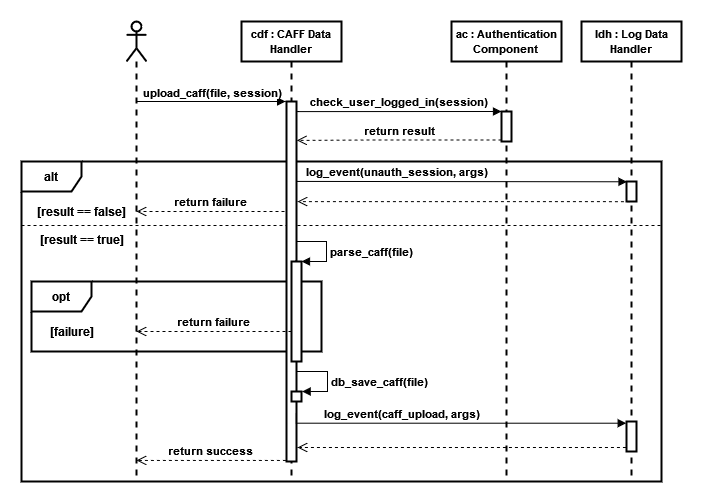
Earlier version of the draw.io export Documentation/Sequence diagrams/Sequence_CAFF_Upload.png (nemkrisz11/Computer-Security-Homework-2021-SHAjt). Source tidied: cells renumbered, new cells last; positions are measured from the earlier drawing's top-left corner, leaving out a move shared by most shapes.
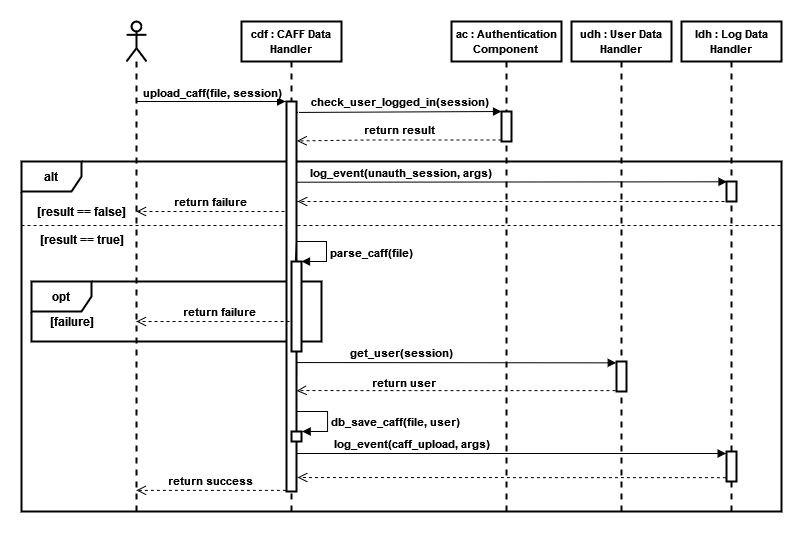
The same file after the commit.

Diff of the diagram source:
```diff
@@ -2,14 +2,14 @@
   <root>
     <mxCell id="0" />
     <mxCell id="1" parent="0" />
+    <mxCell id="3" value="&lt;b&gt;alt&lt;/b&gt;" style="shape=umlFrame;whiteSpace=wrap;html=1;strokeWidth=2;" parent="1" vertex="1">
+      <mxGeometry y="140" width="760" height="350" as="geometry" />
+    </mxCell>
     <mxCell id="2" style="line;strokeWidth=1;fillColor=none;align=left;verticalAlign=middle;spacingTop=-1;spacingLeft=3;spacingRight=3;labelPosition=right;dashed=1;" parent="1" vertex="1">
-      <mxGeometry y="200" width="640" height="8" as="geometry" />
+      <mxGeometry y="200" width="760" height="8" as="geometry" />
     </mxCell>
-    <mxCell id="3" value="&lt;b&gt;alt&lt;/b&gt;" style="shape=umlFrame;whiteSpace=wrap;html=1;strokeWidth=2;" parent="1" vertex="1">
-      <mxGeometry y="140" width="640" height="320" as="geometry" />
-    </mxCell>
     <mxCell id="4" value="&lt;b&gt;opt&lt;/b&gt;" style="shape=umlFrame;whiteSpace=wrap;html=1;strokeWidth=2;" parent="1" vertex="1">
-      <mxGeometry x="10" y="260" width="290" height="70" as="geometry" />
+      <mxGeometry x="10" y="260" width="290" height="60" as="geometry" />
     </mxCell>
     <mxCell id="5" style="edgeStyle=orthogonalEdgeStyle;rounded=0;jettySize=auto;html=1;endArrow=block;endFill=1;entryX=-0.089;entryY=0;entryDx=0;entryDy=0;entryPerimeter=0;strokeWidth=1;" parent="1" edge="1" source="7" target="9">
       <mxGeometry relative="1" as="geometry">
@@ -25,16 +25,16 @@
       </mxGeometry>
     </mxCell>
     <mxCell id="7" style="shape=umlLifeline;participant=umlActor;perimeter=lifelinePerimeter;whiteSpace=wrap;html=1;verticalAlign=top;spacingTop=36;outlineConnect=0;strokeWidth=2;" parent="1" vertex="1">
-      <mxGeometry x="105" width="20" height="460" as="geometry" />
+      <mxGeometry x="105" width="20" height="490" as="geometry" />
     </mxCell>
     <mxCell id="8" value="&lt;font style=&quot;font-size: 11px&quot;&gt;&lt;b&gt;cdf : CAFF Data Handler&lt;br&gt;&lt;/b&gt;&lt;/font&gt;" style="shape=umlLifeline;perimeter=lifelinePerimeter;whiteSpace=wrap;html=1;strokeWidth=2;" parent="1" vertex="1">
-      <mxGeometry x="220" width="100" height="460" as="geometry" />
+      <mxGeometry x="220" width="100" height="490" as="geometry" />
     </mxCell>
     <mxCell id="9" style="html=1;points=[];perimeter=orthogonalPerimeter;strokeWidth=2;" parent="8" vertex="1">
-      <mxGeometry x="45" y="80" width="10" height="360" as="geometry" />
+      <mxGeometry x="45" y="80" width="10" height="390" as="geometry" />
     </mxCell>
     <mxCell id="10" style="html=1;points=[];perimeter=orthogonalPerimeter;strokeWidth=2;" parent="8" vertex="1">
-      <mxGeometry x="50" y="240" width="10" height="100" as="geometry" />
+      <mxGeometry x="50" y="240" width="10" height="90" as="geometry" />
     </mxCell>
     <mxCell id="11" value="&lt;b&gt;parse_caff(file)&lt;/b&gt;" style="edgeStyle=orthogonalEdgeStyle;html=1;align=left;spacingLeft=2;endArrow=block;rounded=0;entryX=1;entryY=0;exitX=0.392;exitY=-0.009;exitDx=0;exitDy=0;exitPerimeter=0;strokeWidth=1;" parent="8" edge="1" source="10" target="10">
       <mxGeometry x="0.26" relative="1" as="geometry">
@@ -46,20 +46,22 @@
         </Array>
       </mxGeometry>
     </mxCell>
-    <mxCell id="12" value="&lt;b&gt;db_save_caff(file)&lt;/b&gt;" style="edgeStyle=orthogonalEdgeStyle;html=1;align=left;spacingLeft=2;endArrow=block;rounded=0;entryX=1.062;entryY=0.002;entryDx=0;entryDy=0;entryPerimeter=0;strokeWidth=1;" parent="8" edge="1" target="13">
-      <mxGeometry x="0.08" relative="1" as="geometry">
-        <mxPoint x="55" y="350" as="sourcePoint" />
+    <mxCell id="12" value="&lt;b&gt;db_save_caff(file, user)&lt;/b&gt;" style="edgeStyle=orthogonalEdgeStyle;html=1;align=left;spacingLeft=2;endArrow=block;rounded=0;entryX=1.062;entryY=0.002;entryDx=0;entryDy=0;entryPerimeter=0;strokeWidth=1;" parent="8" edge="1">
+      <mxGeometry x="0.27" relative="1" as="geometry">
+        <mxPoint x="55" y="410" as="sourcePoint" />
+        <mxPoint x="60.6" y="410" as="targetPoint" />
         <Array as="points">
-          <mxPoint x="86" y="350" />
-          <mxPoint x="86" y="370" />
+          <mxPoint x="55" y="390" />
+          <mxPoint x="86" y="390" />
+          <mxPoint x="86" y="410" />
         </Array>
       </mxGeometry>
     </mxCell>
     <mxCell id="13" style="html=1;points=[];perimeter=orthogonalPerimeter;strokeWidth=2;" parent="8" vertex="1">
-      <mxGeometry x="50" y="370" width="10" height="10" as="geometry" />
+      <mxGeometry x="50" y="410" width="10" height="10" as="geometry" />
     </mxCell>
     <mxCell id="14" value="&lt;font style=&quot;font-size: 11px&quot;&gt;&lt;b&gt;ac : Authentication Component&lt;br&gt;&lt;/b&gt;&lt;/font&gt;" style="shape=umlLifeline;perimeter=lifelinePerimeter;whiteSpace=wrap;html=1;strokeWidth=2;" parent="1" vertex="1">
-      <mxGeometry x="430" width="110" height="460" as="geometry" />
+      <mxGeometry x="430" width="110" height="490" as="geometry" />
     </mxCell>
     <mxCell id="15" style="html=1;points=[];perimeter=orthogonalPerimeter;strokeWidth=2;" parent="14" vertex="1">
       <mxGeometry x="50" y="90" width="10" height="30" as="geometry" />
@@ -71,10 +73,11 @@
         </Array>
       </mxGeometry>
     </mxCell>
-    <mxCell id="17" value="&lt;b&gt;return result&lt;br&gt;&lt;/b&gt;" style="html=1;verticalAlign=bottom;endArrow=open;dashed=1;endSize=8;exitX=0;exitY=0.95;rounded=0;edgeStyle=orthogonalEdgeStyle;entryX=1.04;entryY=0.108;entryDx=0;entryDy=0;entryPerimeter=0;strokeWidth=1;" parent="1" edge="1" source="15" target="9">
+    <mxCell id="17" value="&lt;b&gt;return result&lt;br&gt;&lt;/b&gt;" style="html=1;verticalAlign=bottom;endArrow=open;dashed=1;endSize=8;exitX=0;exitY=0.95;rounded=0;edgeStyle=orthogonalEdgeStyle;entryX=1.043;entryY=0.101;entryDx=0;entryDy=0;entryPerimeter=0;strokeWidth=1;" parent="1" edge="1" source="15" target="9">
       <mxGeometry relative="1" as="geometry">
         <Array as="points">
-          <mxPoint x="345" y="118" />
+          <mxPoint x="345" y="119" />
+          <mxPoint x="275" y="119" />
         </Array>
       </mxGeometry>
     </mxCell>
@@ -93,59 +96,91 @@
       <mxGeometry x="10" y="208" width="100" height="20" as="geometry" />
     </mxCell>
     <mxCell id="21" value="&lt;b&gt;[failure]&lt;/b&gt;" style="text;html=1;align=center;verticalAlign=middle;strokeColor=none;fillColor=none;" parent="1" vertex="1">
-      <mxGeometry x="20" y="300" width="60" height="20" as="geometry" />
+      <mxGeometry x="20" y="290" width="60" height="20" as="geometry" />
     </mxCell>
     <mxCell id="22" value="&lt;b&gt;return failure&lt;br&gt;&lt;/b&gt;" style="html=1;verticalAlign=bottom;endArrow=open;dashed=1;endSize=8;rounded=0;edgeStyle=orthogonalEdgeStyle;strokeWidth=1;" parent="1" edge="1" target="7">
       <mxGeometry relative="1" as="geometry">
         <mxPoint x="270" y="310" as="sourcePoint" />
         <Array as="points">
-          <mxPoint x="270" y="310" />
+          <mxPoint x="270" y="300" />
         </Array>
       </mxGeometry>
     </mxCell>
     <mxCell id="23" value="&lt;font style=&quot;font-size: 11px&quot;&gt;&lt;b&gt;ldh : Log Data Handler&lt;br&gt;&lt;/b&gt;&lt;/font&gt;" style="shape=umlLifeline;perimeter=lifelinePerimeter;whiteSpace=wrap;html=1;outlineConnect=0;strokeWidth=2;" parent="1" vertex="1">
-      <mxGeometry x="560" width="100" height="460" as="geometry" />
+      <mxGeometry x="660" width="100" height="490" as="geometry" />
     </mxCell>
     <mxCell id="24" style="html=1;points=[];perimeter=orthogonalPerimeter;strokeWidth=2;" parent="23" vertex="1">
-      <mxGeometry x="45" y="400" width="10" height="30" as="geometry" />
+      <mxGeometry x="45" y="430" width="10" height="30" as="geometry" />
     </mxCell>
     <mxCell id="25" style="html=1;points=[];perimeter=orthogonalPerimeter;fontSize=11;strokeWidth=2;" parent="23" vertex="1">
       <mxGeometry x="45" y="160" width="10" height="20" as="geometry" />
     </mxCell>
-    <mxCell id="26" value="&lt;b&gt;log_event(caff_upload, args)&lt;/b&gt;" style="html=1;verticalAlign=bottom;endArrow=block;rounded=0;edgeStyle=orthogonalEdgeStyle;entryX=-0.031;entryY=0.057;entryDx=0;entryDy=0;entryPerimeter=0;exitX=0.983;exitY=0.863;exitDx=0;exitDy=0;exitPerimeter=0;strokeWidth=1;" parent="1" edge="1" source="9" target="24">
-      <mxGeometry x="-0.32" relative="1" as="geometry">
+    <mxCell id="26" value="&lt;b&gt;log_event(caff_upload, args)&lt;/b&gt;" style="html=1;verticalAlign=bottom;endArrow=block;rounded=0;edgeStyle=orthogonalEdgeStyle;entryX=-0.031;entryY=0.057;entryDx=0;entryDy=0;entryPerimeter=0;strokeWidth=1;" parent="1" edge="1" target="24">
+      <mxGeometry x="-0.47" relative="1" as="geometry">
+        <mxPoint x="275" y="432" as="sourcePoint" />
         <Array as="points">
-          <mxPoint x="275" y="402" />
+          <mxPoint x="275" y="432" />
+          <mxPoint x="705" y="432" />
         </Array>
       </mxGeometry>
     </mxCell>
     <mxCell id="27" style="html=1;verticalAlign=bottom;endArrow=open;dashed=1;endSize=8;rounded=0;edgeStyle=orthogonalEdgeStyle;exitX=-0.057;exitY=0.871;exitDx=0;exitDy=0;exitPerimeter=0;strokeWidth=1;" parent="1" edge="1" source="24">
       <mxGeometry relative="1" as="geometry">
-        <mxPoint x="276" y="426" as="targetPoint" />
+        <mxPoint x="276" y="456" as="targetPoint" />
         <Array as="points">
-          <mxPoint x="276" y="426" />
+          <mxPoint x="276" y="456" />
         </Array>
       </mxGeometry>
     </mxCell>
     <mxCell id="28" value="&lt;b&gt;return success&lt;br&gt;&lt;/b&gt;" style="html=1;verticalAlign=bottom;endArrow=open;dashed=1;endSize=8;rounded=0;edgeStyle=orthogonalEdgeStyle;exitX=-0.065;exitY=0.997;exitDx=0;exitDy=0;exitPerimeter=0;strokeWidth=1;" parent="1" edge="1" source="9" target="7">
       <mxGeometry relative="1" as="geometry">
         <Array as="points">
-          <mxPoint x="160" y="439" />
-          <mxPoint x="160" y="439" />
+          <mxPoint x="210" y="469" />
+          <mxPoint x="210" y="469" />
         </Array>
       </mxGeometry>
     </mxCell>
-    <mxCell id="29" value="&lt;b&gt;log_event(unauth_session, args)&lt;/b&gt;" style="html=1;verticalAlign=bottom;endArrow=block;rounded=0;fontSize=11;strokeWidth=1;entryX=0.051;entryY=0.014;entryDx=0;entryDy=0;entryPerimeter=0;exitX=1.002;exitY=0.222;exitDx=0;exitDy=0;exitPerimeter=0;edgeStyle=orthogonalEdgeStyle;" parent="1" edge="1" source="9" target="25">
-      <mxGeometry x="-0.39" relative="1" as="geometry">
+    <mxCell id="29" value="&lt;b&gt;log_event(unauth_session, args)&lt;/b&gt;" style="html=1;verticalAlign=bottom;endArrow=block;rounded=0;fontSize=11;strokeWidth=1;entryX=0.051;entryY=0.014;entryDx=0;entryDy=0;entryPerimeter=0;exitX=0.977;exitY=0.207;exitDx=0;exitDy=0;exitPerimeter=0;edgeStyle=orthogonalEdgeStyle;" parent="1" edge="1" source="9" target="25">
+      <mxGeometry x="-0.51" relative="1" as="geometry">
         <Array as="points">
-          <mxPoint x="276" y="160" />
+          <mxPoint x="276" y="161" />
         </Array>
       </mxGeometry>
     </mxCell>
-    <mxCell id="30" style="html=1;verticalAlign=bottom;endArrow=open;dashed=1;endSize=8;rounded=0;edgeStyle=orthogonalEdgeStyle;exitX=-0.057;exitY=0.871;exitDx=0;exitDy=0;exitPerimeter=0;strokeWidth=1;entryX=1.098;entryY=0.278;entryDx=0;entryDy=0;entryPerimeter=0;" parent="1" edge="1" target="9">
+    <mxCell id="30" style="html=1;verticalAlign=bottom;endArrow=open;dashed=1;endSize=8;rounded=0;edgeStyle=orthogonalEdgeStyle;strokeWidth=1;" parent="1" edge="1" source="23">
       <mxGeometry relative="1" as="geometry">
-        <mxPoint x="608.4" y="180.1" as="sourcePoint" />
+        <mxPoint x="276" y="180" as="targetPoint" />
+        <Array as="points">
+          <mxPoint x="600" y="180" />
+          <mxPoint x="600" y="180" />
+        </Array>
       </mxGeometry>
     </mxCell>
+    <mxCell id="31" value="&lt;font style=&quot;font-size: 11px&quot;&gt;&lt;b&gt;udh : User Data Handler&lt;br&gt;&lt;/b&gt;&lt;/font&gt;" style="shape=umlLifeline;perimeter=lifelinePerimeter;whiteSpace=wrap;html=1;strokeWidth=2;" parent="1" vertex="1">
+      <mxGeometry x="550" width="100" height="490" as="geometry" />
+    </mxCell>
+    <mxCell id="32" style="html=1;points=[];perimeter=orthogonalPerimeter;strokeWidth=2;" parent="31" vertex="1">
+      <mxGeometry x="45" y="340" width="10" height="30" as="geometry" />
+    </mxCell>
+    <mxCell id="33" value="&lt;b&gt;get_user(session)&lt;/b&gt;" style="html=1;verticalAlign=bottom;endArrow=block;rounded=0;edgeStyle=orthogonalEdgeStyle;exitX=1.005;exitY=0.707;exitDx=0;exitDy=0;exitPerimeter=0;strokeWidth=1;entryX=-0.027;entryY=0.045;entryDx=0;entryDy=0;entryPerimeter=0;" parent="1" edge="1" source="9" target="32">
+      <mxGeometry x="-0.28" relative="1" as="geometry">
+        <Array as="points">
+          <mxPoint x="275" y="341" />
+          <mxPoint x="280" y="341" />
+        </Array>
+      </mxGeometry>
+    </mxCell>
+    <mxCell id="34" style="html=1;verticalAlign=bottom;endArrow=open;dashed=1;endSize=8;rounded=0;edgeStyle=orthogonalEdgeStyle;exitX=-0.103;exitY=0.97;exitDx=0;exitDy=0;exitPerimeter=0;strokeWidth=1;entryX=1.01;entryY=0.742;entryDx=0;entryDy=0;entryPerimeter=0;" parent="1" edge="1" source="32" target="9">
+      <mxGeometry relative="1" as="geometry">
+        <Array as="points">
+          <mxPoint x="280" y="369" />
+        </Array>
+      </mxGeometry>
+    </mxCell>
+    <mxCell id="35" value="&lt;b&gt;return user&lt;br&gt;&lt;/b&gt;" style="edgeLabel;html=1;align=center;verticalAlign=middle;fontSize=11;" parent="34" vertex="1">
+      <mxGeometry x="0.13" relative="1" as="geometry">
+        <mxPoint x="-33" y="-9" as="offset" />
+      </mxGeometry>
+    </mxCell>
   </root>
 </mxGraphModel>
```
